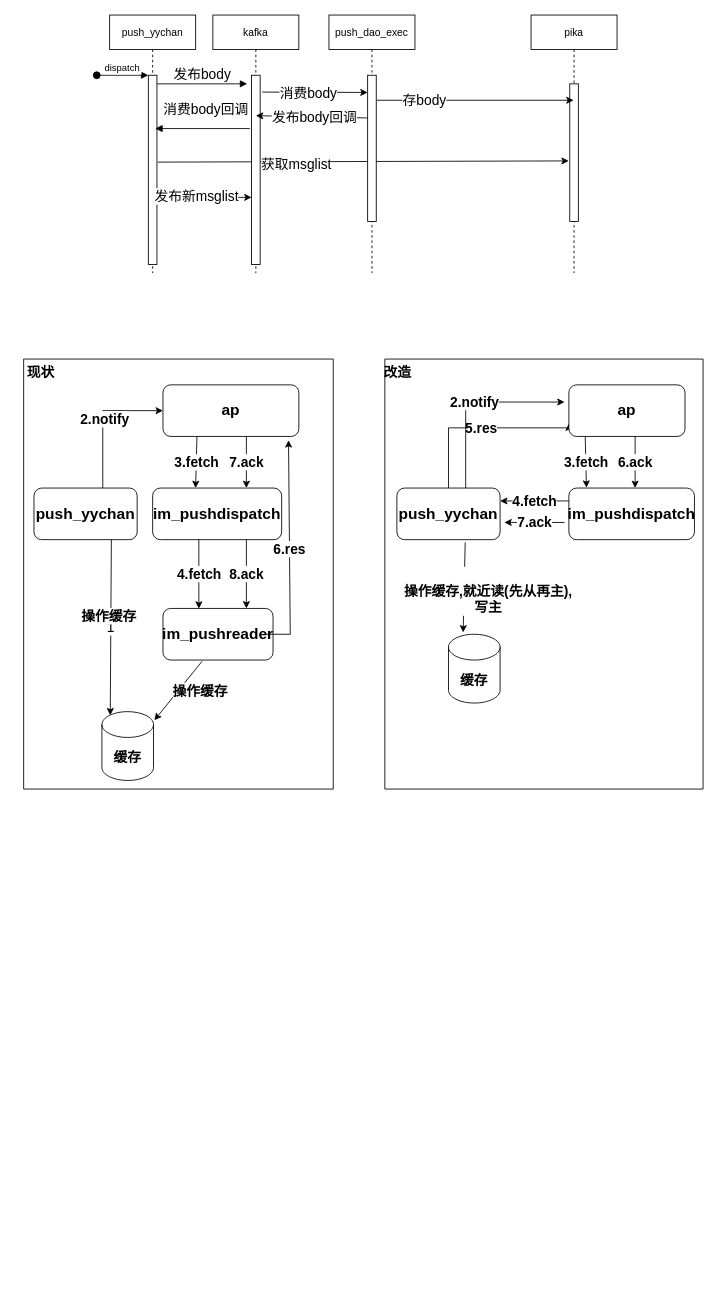
zouzc/datagrams keeps this draw.io diagram as push推送时序图.drawio. Above is the earlier version. Source tidied: cells renumbered, new cells numbered last; positions are measured from the earlier drawing's top-left corner, leaving out a move shared by most shapes. Both pictures are drawn from the tidied source at 86%, with x=0, y=0 at pixel (15, 15).
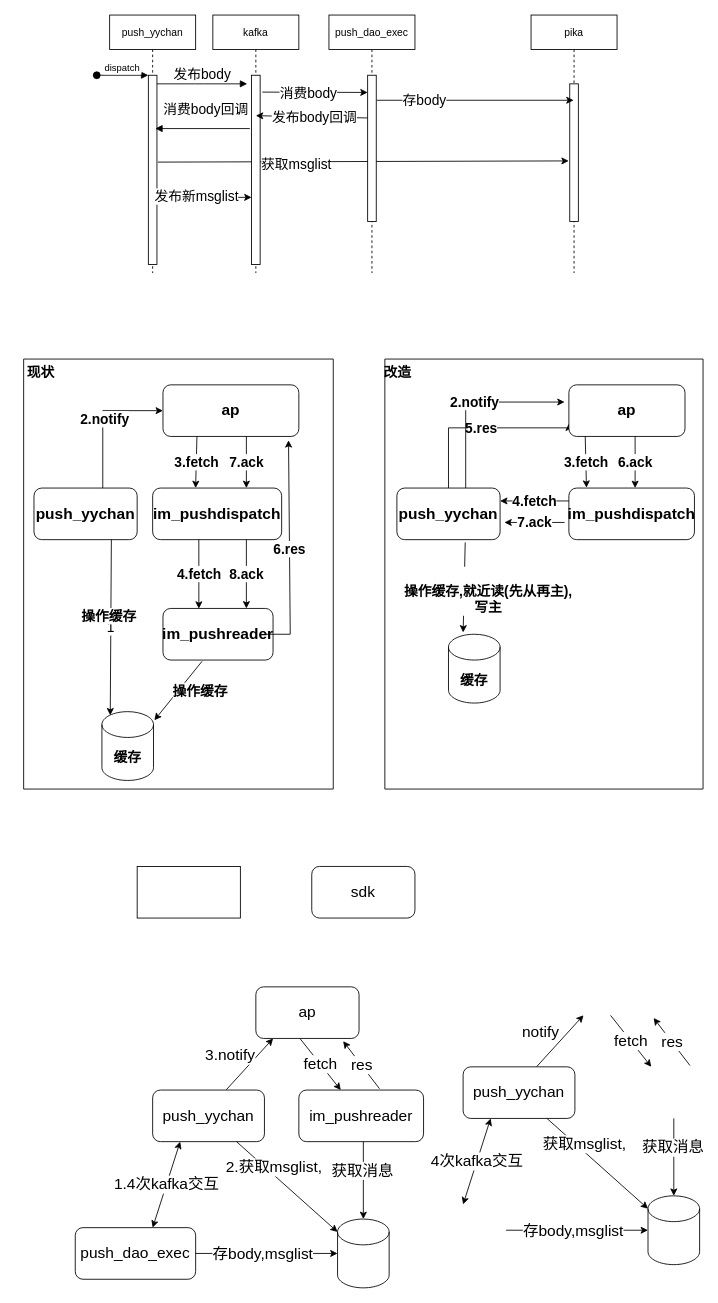
Above is the later version.

Commit message:
更新push推送时序图.drawio

Change to the diagram source:
```diff
@@
+    <mxCell id="52" style="rounded=0;whiteSpace=wrap;html=1;fontSize=18;fontColor=#000000;" parent="1" vertex="1">
+      <mxGeometry x="142" y="990" width="120" height="60" as="geometry" />
+    </mxCell>
+    <mxCell id="53" value="sdk" style="rounded=1;whiteSpace=wrap;html=1;fontSize=18;fontColor=#000000;" parent="1" vertex="1">
+      <mxGeometry x="345" y="990" width="120" height="60" as="geometry" />
+    </mxCell>
+    <mxCell id="54" value="push_yychan" style="rounded=1;whiteSpace=wrap;html=1;fontSize=18;fontColor=#000000;" parent="1" vertex="1">
+      <mxGeometry x="160" y="1250" width="130" height="60" as="geometry" />
+    </mxCell>
+    <mxCell id="55" style="shape=cylinder3;whiteSpace=wrap;html=1;boundedLbl=1;backgroundOutline=1;size=15;fontSize=18;fontColor=#000000;" parent="1" vertex="1">
+      <mxGeometry x="375" y="1400" width="60" height="80" as="geometry" />
+    </mxCell>
+    <mxCell id="56" value="push_dao_exec" style="rounded=1;whiteSpace=wrap;html=1;fontSize=18;fontColor=#000000;" parent="1" vertex="1">
+      <mxGeometry x="70" y="1410" width="140" height="60" as="geometry" />
+    </mxCell>
+    <mxCell id="57" value="1.4次kafka交互" style="endArrow=classic;startArrow=classic;html=1;rounded=0;fontSize=18;fontColor=#000000;exitX=0.643;exitY=0;exitDx=0;exitDy=0;exitPerimeter=0;" parent="1" edge="1" source="56">
+      <mxGeometry relative="1" as="geometry">
+        <mxPoint x="192" y="1310" as="targetPoint" />
+      </mxGeometry>
+    </mxCell>
+    <mxCell id="58" style="endArrow=classic;html=1;rounded=0;fontSize=18;fontColor=#000000;entryX=0;entryY=0.5;entryDx=0;entryDy=0;entryPerimeter=0;exitX=1;exitY=0.5;exitDx=0;exitDy=0;" parent="1" edge="1" source="56" target="55">
+      <mxGeometry relative="1" as="geometry" />
+    </mxCell>
+    <mxCell id="59" value="存body,msglist" style="edgeLabel;html=1;align=center;verticalAlign=middle;fontSize=18;fontColor=#000000;" parent="58" vertex="1">
+      <mxGeometry x="-0.3" y="2" relative="1" as="geometry">
+        <mxPoint x="19" y="2" as="offset" />
+      </mxGeometry>
+    </mxCell>
+    <mxCell id="60" value="ap" style="rounded=1;whiteSpace=wrap;html=1;fontSize=18;fontColor=#000000;" parent="1" vertex="1">
+      <mxGeometry x="280" y="1130" width="120" height="60" as="geometry" />
+    </mxCell>
+    <mxCell id="61" value="3.notify" style="endArrow=classic;html=1;rounded=0;fontSize=18;fontColor=#000000;exitX=0.659;exitY=-0.006;exitDx=0;exitDy=0;entryX=0.167;entryY=1;entryDx=0;entryDy=0;exitPerimeter=0;entryPerimeter=0;" parent="1" edge="1" source="54" target="60">
+      <mxGeometry x="-0.2" y="24" relative="1" as="geometry">
+        <mxPoint x="1" as="offset" />
+      </mxGeometry>
+    </mxCell>
+    <mxCell id="62" value="im_pushreader" style="rounded=1;whiteSpace=wrap;html=1;fontSize=18;fontColor=#000000;" parent="1" vertex="1">
+      <mxGeometry x="330" y="1250" width="145" height="60" as="geometry" />
+    </mxCell>
+    <mxCell id="63" value="fetch" style="endArrow=classic;html=1;rounded=0;fontSize=18;fontColor=#000000;exitX=0.429;exitY=1.004;exitDx=0;exitDy=0;exitPerimeter=0;" parent="1" edge="1" source="60" target="62">
+      <mxGeometry relative="1" as="geometry" />
+    </mxCell>
+    <mxCell id="64" style="endArrow=classic;html=1;rounded=0;fontSize=18;fontColor=#000000;entryX=0.5;entryY=0;entryDx=0;entryDy=0;entryPerimeter=0;" parent="1" edge="1" target="55">
+      <mxGeometry relative="1" as="geometry">
+        <mxPoint x="405" y="1310" as="sourcePoint" />
+      </mxGeometry>
+    </mxCell>
+    <mxCell id="65" value="获取消息" style="edgeLabel;html=1;align=center;verticalAlign=middle;fontSize=18;fontColor=#000000;" parent="64" vertex="1">
+      <mxGeometry x="-0.27" y="-2" relative="1" as="geometry" />
+    </mxCell>
+    <mxCell id="66" style="endArrow=classic;html=1;rounded=0;fontSize=18;fontColor=#000000;entryX=0;entryY=0;entryDx=0;entryDy=15;entryPerimeter=0;exitX=0.75;exitY=1;exitDx=0;exitDy=0;" parent="1" edge="1" source="54" target="55">
+      <mxGeometry relative="1" as="geometry" />
+    </mxCell>
+    <mxCell id="67" value="2.获取msglist," style="edgeLabel;html=1;align=center;verticalAlign=middle;fontSize=18;fontColor=#000000;" parent="66" vertex="1">
+      <mxGeometry x="-0.36" y="-2" relative="1" as="geometry">
+        <mxPoint x="7" y="-5" as="offset" />
+      </mxGeometry>
+    </mxCell>
+    <mxCell id="68" value="res" style="endArrow=classic;html=1;rounded=0;fontSize=18;fontColor=#000000;entryX=0.846;entryY=1.053;entryDx=0;entryDy=0;entryPerimeter=0;exitX=0.647;exitY=-0.025;exitDx=0;exitDy=0;exitPerimeter=0;" parent="1" edge="1" source="62" target="60">
+      <mxGeometry relative="1" as="geometry" />
+    </mxCell>
+    <mxCell id="69" value="push_yychan" style="rounded=1;whiteSpace=wrap;html=1;fontSize=18;fontColor=#000000;" parent="1" vertex="1">
+      <mxGeometry x="521" y="1223" width="130" height="60" as="geometry" />
+    </mxCell>
+    <mxCell id="70" style="shape=cylinder3;whiteSpace=wrap;html=1;boundedLbl=1;backgroundOutline=1;size=15;fontSize=18;fontColor=#000000;" parent="1" vertex="1">
+      <mxGeometry x="736" y="1373" width="60" height="80" as="geometry" />
+    </mxCell>
+    <mxCell id="71" value="4次kafka交互" style="endArrow=classic;startArrow=classic;html=1;rounded=0;fontSize=18;fontColor=#000000;exitX=0.643;exitY=0;exitDx=0;exitDy=0;exitPerimeter=0;" parent="1" edge="1">
+      <mxGeometry relative="1" as="geometry">
+        <mxPoint x="521" y="1383" as="sourcePoint" />
+        <mxPoint x="553" y="1283" as="targetPoint" />
+      </mxGeometry>
+    </mxCell>
+    <mxCell id="72" style="endArrow=classic;html=1;rounded=0;fontSize=18;fontColor=#000000;entryX=0;entryY=0.5;entryDx=0;entryDy=0;entryPerimeter=0;exitX=1;exitY=0.5;exitDx=0;exitDy=0;" parent="1" edge="1" target="70">
+      <mxGeometry relative="1" as="geometry">
+        <mxPoint x="571" y="1413" as="sourcePoint" />
+      </mxGeometry>
+    </mxCell>
+    <mxCell id="73" value="存body,msglist" style="edgeLabel;html=1;align=center;verticalAlign=middle;fontSize=18;fontColor=#000000;" parent="72" vertex="1">
+      <mxGeometry x="-0.3" y="2" relative="1" as="geometry">
+        <mxPoint x="19" y="2" as="offset" />
+      </mxGeometry>
+    </mxCell>
+    <mxCell id="74" value="notify" style="endArrow=classic;html=1;rounded=0;fontSize=18;fontColor=#000000;exitX=0.659;exitY=-0.006;exitDx=0;exitDy=0;entryX=0.167;entryY=1;entryDx=0;entryDy=0;exitPerimeter=0;entryPerimeter=0;" parent="1" edge="1" source="69">
+      <mxGeometry x="-0.2" y="24" relative="1" as="geometry">
+        <mxPoint x="661" y="1163" as="targetPoint" />
+        <mxPoint x="1" as="offset" />
+      </mxGeometry>
+    </mxCell>
+    <mxCell id="75" value="fetch" style="endArrow=classic;html=1;rounded=0;fontSize=18;fontColor=#000000;exitX=0.429;exitY=1.004;exitDx=0;exitDy=0;exitPerimeter=0;" parent="1" edge="1">
+      <mxGeometry relative="1" as="geometry">
+        <mxPoint x="692.5" y="1163.2" as="sourcePoint" />
+        <mxPoint x="739.8" y="1223" as="targetPoint" />
+      </mxGeometry>
+    </mxCell>
+    <mxCell id="76" style="endArrow=classic;html=1;rounded=0;fontSize=18;fontColor=#000000;entryX=0.5;entryY=0;entryDx=0;entryDy=0;entryPerimeter=0;" parent="1" edge="1" target="70">
+      <mxGeometry relative="1" as="geometry">
+        <mxPoint x="766" y="1283" as="sourcePoint" />
+      </mxGeometry>
+    </mxCell>
+    <mxCell id="77" value="获取消息" style="edgeLabel;html=1;align=center;verticalAlign=middle;fontSize=18;fontColor=#000000;" parent="76" vertex="1">
+      <mxGeometry x="-0.27" y="-2" relative="1" as="geometry" />
+    </mxCell>
+    <mxCell id="78" style="endArrow=classic;html=1;rounded=0;fontSize=18;fontColor=#000000;entryX=0;entryY=0;entryDx=0;entryDy=15;entryPerimeter=0;exitX=0.75;exitY=1;exitDx=0;exitDy=0;" parent="1" edge="1" source="69" target="70">
+      <mxGeometry relative="1" as="geometry" />
+    </mxCell>
+    <mxCell id="79" value="获取msglist," style="edgeLabel;html=1;align=center;verticalAlign=middle;fontSize=18;fontColor=#000000;" parent="78" vertex="1">
+      <mxGeometry x="-0.36" y="-2" relative="1" as="geometry">
+        <mxPoint x="7" y="-5" as="offset" />
+      </mxGeometry>
+    </mxCell>
+    <mxCell id="80" value="res" style="endArrow=classic;html=1;rounded=0;fontSize=18;fontColor=#000000;entryX=0.846;entryY=1.053;entryDx=0;entryDy=0;entryPerimeter=0;exitX=0.647;exitY=-0.025;exitDx=0;exitDy=0;exitPerimeter=0;" parent="1" edge="1">
+      <mxGeometry relative="1" as="geometry">
+        <mxPoint x="784.8" y="1221.5" as="sourcePoint" />
+        <mxPoint x="742.5" y="1166.2" as="targetPoint" />
+      </mxGeometry>
+    </mxCell>
```
